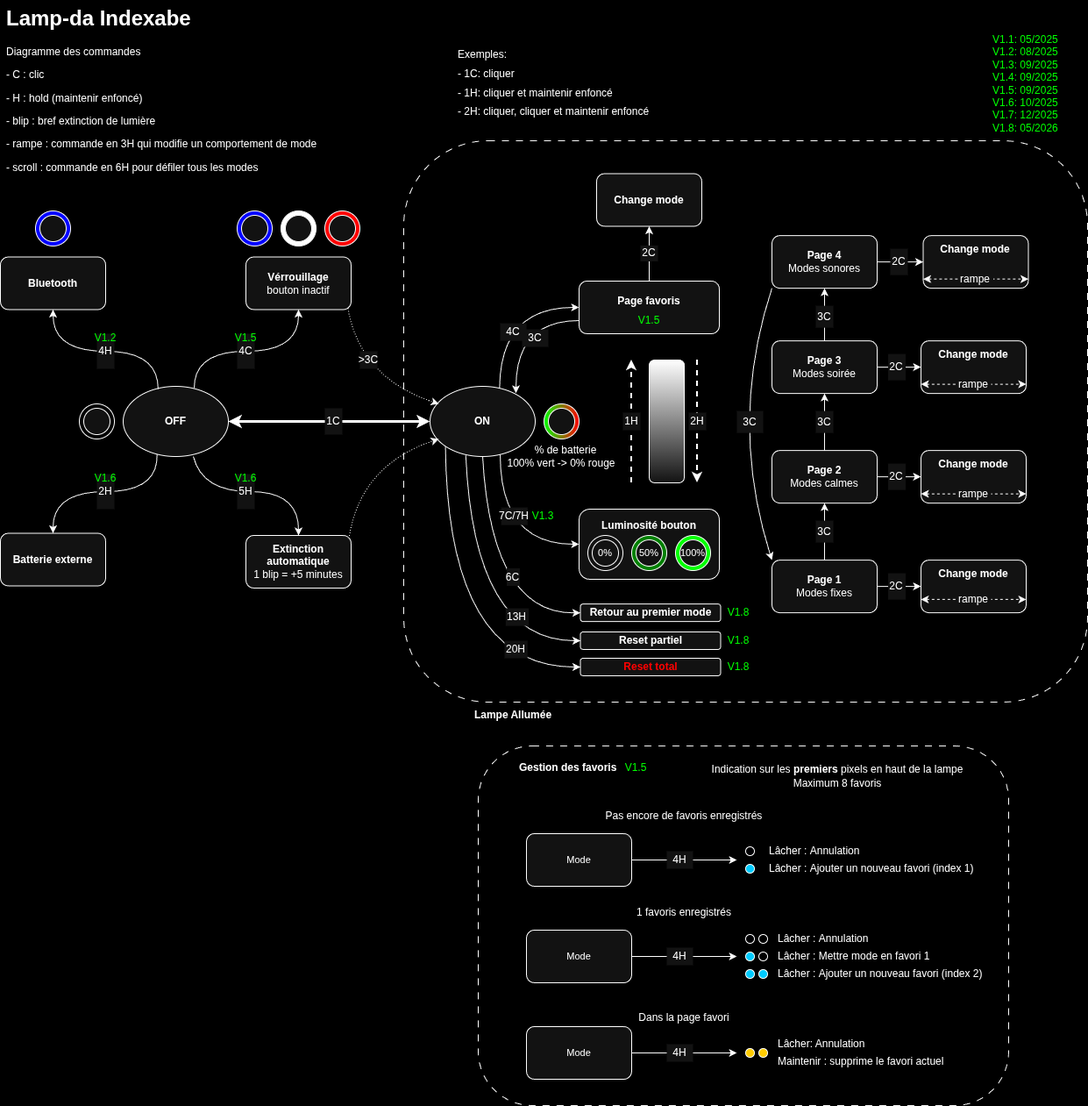
Earlier version of the draw.io export Medias/Diagramme_commandes-Indexable.png (BaptisteHudyma/Lamp-Da). Source tidied: cells renumbered, new cells last; positions are measured from the earlier drawing's top-left corner, leaving out a move shared by most shapes.
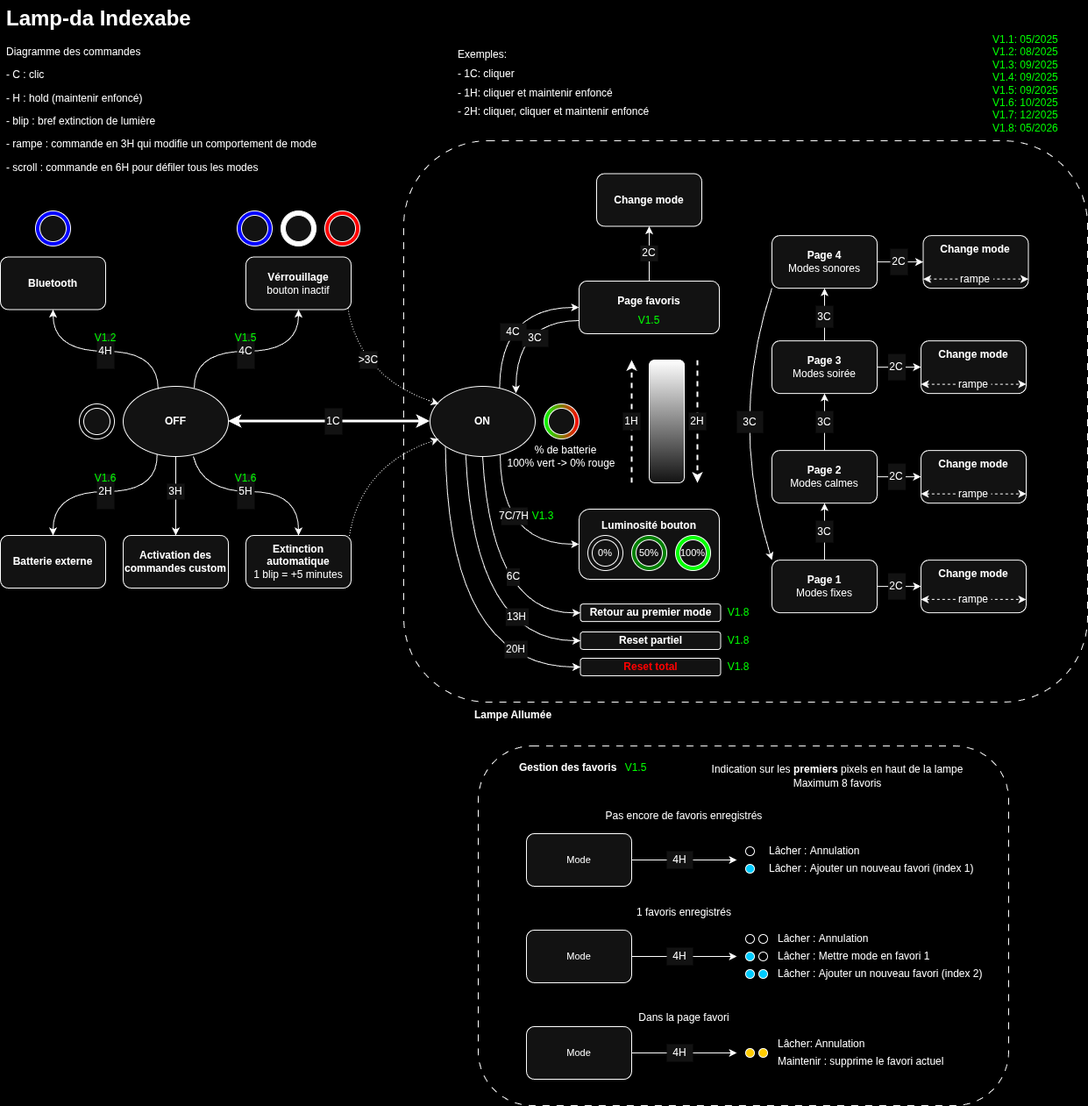
The same diagram one commit later.

Commit message:
Add documentation for custom user modes

Change to the diagram source:
```diff
@@ -18,6 +18,9 @@
     <mxCell id="5" value="&lt;h1 style=&quot;margin-top: 0px;&quot;&gt;Lamp-da Indexabe&lt;/h1&gt;&lt;p&gt;Diagramme des commandes&lt;/p&gt;&lt;p&gt;&lt;span style=&quot;background-color: transparent; color: light-dark(rgb(0, 0, 0), rgb(255, 255, 255));&quot;&gt;- C : clic&lt;/span&gt;&lt;/p&gt;&lt;p&gt;- H : hold (maintenir enfoncé&lt;span style=&quot;background-color: transparent; color: light-dark(rgb(0, 0, 0), rgb(255, 255, 255));&quot;&gt;)&lt;/span&gt;&lt;/p&gt;&lt;p&gt;- blip : bref extinction de lumière&lt;/p&gt;&lt;p&gt;- rampe : commande en 3H qui modifie un comportement de mode&lt;/p&gt;&lt;p&gt;- scroll : commande en 6H pour défiler tous les modes&lt;/p&gt;" style="text;html=1;whiteSpace=wrap;overflow=hidden;rounded=0;" parent="1" vertex="1">
       <mxGeometry x="5" width="370" height="210" as="geometry" />
     </mxCell>
+    <mxCell id="147" style="edgeStyle=orthogonalEdgeStyle;rounded=0;jettySize=auto;html=1;" parent="1" edge="1" source="6" target="148">
+      <mxGeometry relative="1" as="geometry" />
+    </mxCell>
     <mxCell id="6" value="&lt;b&gt;OFF&lt;/b&gt;" style="ellipse;whiteSpace=wrap;html=1;" parent="1" vertex="1">
       <mxGeometry x="140" y="440" width="120" height="80" as="geometry" />
     </mxCell>
@@ -45,7 +48,7 @@
       <mxGeometry x="270" y="380" width="20" height="40" as="geometry" />
     </mxCell>
     <mxCell id="13" value="&lt;b&gt;Batterie externe&lt;/b&gt;" style="rounded=1;whiteSpace=wrap;html=1;" parent="1" vertex="1">
-      <mxGeometry y="607.5" width="120" height="60" as="geometry" />
+      <mxGeometry y="610" width="120" height="60" as="geometry" />
     </mxCell>
     <mxCell id="14" style="curved=1;endArrow=classic;html=1;rounded=0;exitX=0.322;exitY=0.967;exitDx=0;exitDy=0;exitPerimeter=0;entryX=0.5;entryY=0;entryDx=0;entryDy=0;" parent="1" edge="1" source="6" target="13">
       <mxGeometry relative="1" as="geometry">
@@ -519,5 +522,11 @@
     <mxCell id="146" value="V1.8" style="text;html=1;align=center;verticalAlign=middle;whiteSpace=wrap;rounded=0;fontColor=#00FF00;" parent="1" vertex="1">
       <mxGeometry x="811.5" y="745" width="60" height="30" as="geometry" />
     </mxCell>
+    <mxCell id="148" value="&lt;b&gt;Activation des commandes custom&lt;/b&gt;" style="rounded=1;whiteSpace=wrap;html=1;" parent="1" vertex="1">
+      <mxGeometry x="140" y="610" width="120" height="60" as="geometry" />
+    </mxCell>
+    <mxCell id="149" value="&lt;span style=&quot;background-color: light-dark(#ffffff, var(--ge-dark-color, #121212));&quot;&gt;3H&lt;/span&gt;" style="text;html=1;align=center;verticalAlign=middle;whiteSpace=wrap;rounded=0;fillColor=default;" parent="1" vertex="1">
+      <mxGeometry x="190" y="550.9" width="20" height="18.1" as="geometry" />
+    </mxCell>
   </root>
 </mxGraphModel>
```
